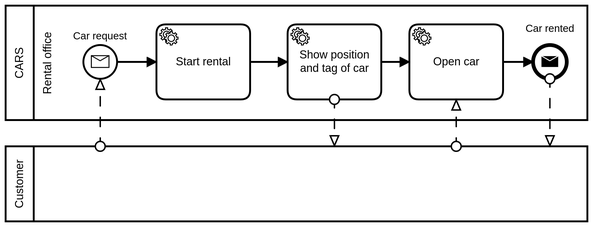
The BPMN diagram car_rental/models/checkout_process_to_be.png in franco-ruggeri/polito-information-systems, before a commit. Its source is kept beside it as car_rental/models/checkout_process_to_be.bpmn. Ids are renumbered.
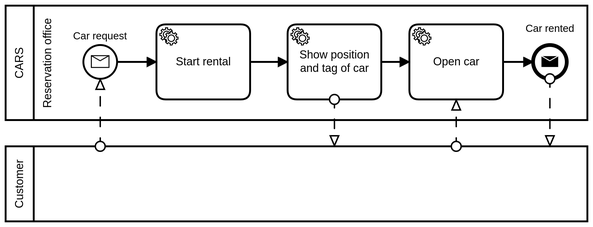
Above is the later version.

The edit, as a diff of the source:
```diff
@@ -9,7 +9,7 @@
   </bpmn:collaboration>
   <bpmn:process id="Process_n4" isExecutable="true">
     <bpmn:laneSet id="LaneSet_n14">
-      <bpmn:lane id="Lane_n15" name="Rental office">
+      <bpmn:lane id="Lane_n15" name="Reservation office">
         <bpmn:flowNodeRef>Event_n13</bpmn:flowNodeRef>
         <bpmn:flowNodeRef>Activity_n16</bpmn:flowNodeRef>
         <bpmn:flowNodeRef>Activity_n9</bpmn:flowNodeRef>
@@ -51,21 +51,21 @@
       <bpmndi:BPMNShape id="Lane_n15_di" bpmnElement="Lane_n15" isHorizontal="true">
         <dc:Bounds x="159" y="80" width="591" height="122" />
       </bpmndi:BPMNShape>
-      <bpmndi:BPMNEdge id="Flow_n17_di" bpmnElement="Flow_n17">
-        <di:waypoint x="248" y="140" />
-        <di:waypoint x="290" y="140" />
+      <bpmndi:BPMNEdge id="Flow_n20_di" bpmnElement="Flow_n20">
+        <di:waypoint x="390" y="140" />
+        <di:waypoint x="430" y="140" />
+      </bpmndi:BPMNEdge>
+      <bpmndi:BPMNEdge id="Flow_n19_di" bpmnElement="Flow_n19">
+        <di:waypoint x="660" y="140" />
+        <di:waypoint x="692" y="140" />
       </bpmndi:BPMNEdge>
       <bpmndi:BPMNEdge id="Flow_n18_di" bpmnElement="Flow_n18">
         <di:waypoint x="530" y="140" />
         <di:waypoint x="560" y="140" />
       </bpmndi:BPMNEdge>
-      <bpmndi:BPMNEdge id="Flow_n19_di" bpmnElement="Flow_n19">
-        <di:waypoint x="660" y="140" />
-        <di:waypoint x="692" y="140" />
-      </bpmndi:BPMNEdge>
-      <bpmndi:BPMNEdge id="Flow_n20_di" bpmnElement="Flow_n20">
-        <di:waypoint x="390" y="140" />
-        <di:waypoint x="430" y="140" />
+      <bpmndi:BPMNEdge id="Flow_n17_di" bpmnElement="Flow_n17">
+        <di:waypoint x="248" y="140" />
+        <di:waypoint x="290" y="140" />
       </bpmndi:BPMNEdge>
       <bpmndi:BPMNShape id="Event_02yw6x4_di" bpmnElement="Event_n13">
         <dc:Bounds x="692" y="122" width="36" height="36" />
```
